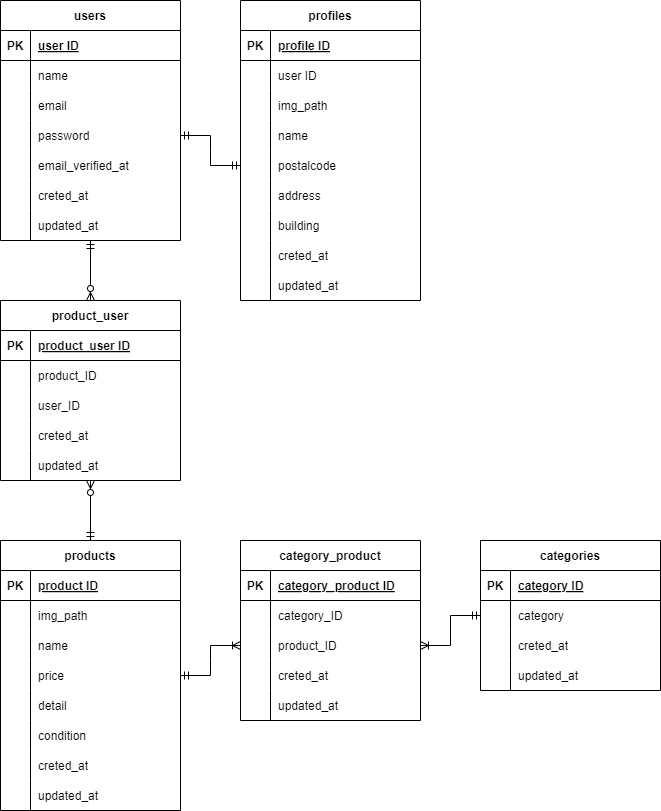
gh-sugiura/mock_project2 keeps this draw.io diagram as src/er_diagram.drawio.png. Above is the earlier version. Source tidied: cells renumbered, new cells last; positions are measured from the earlier drawing's top-left corner, leaving out a move shared by most shapes.
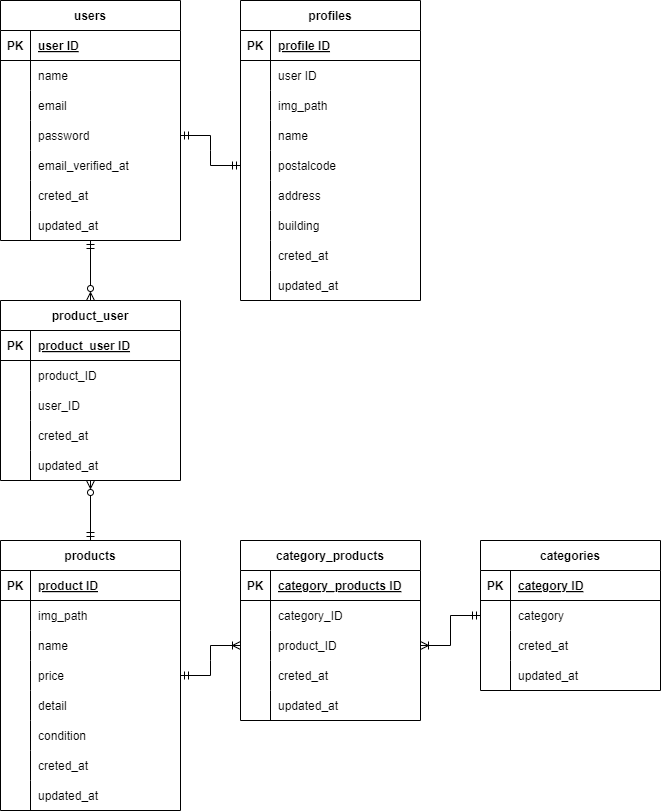
The same file after the commit.

Diff of the diagram source:
```diff
@@ -1,4 +1,4 @@
-<mxGraphModel>
+<mxGraphModel background="#ffffff">
   <root>
     <mxCell id="0" />
     <mxCell id="1" parent="0" />
@@ -230,7 +230,7 @@
     <mxCell id="77" value="updated_at" style="shape=partialRectangle;fillColor=none;top=0;left=0;bottom=0;right=0;align=left;spacingLeft=6;overflow=hidden;" parent="75" vertex="1">
       <mxGeometry x="30" width="150" height="30" as="geometry" />
     </mxCell>
-    <mxCell id="78" value="category_product" style="shape=table;startSize=30;rowLines=0;fontStyle=1;align=center;" parent="1" vertex="1">
+    <mxCell id="78" value="category_products" style="shape=table;startSize=30;rowLines=0;fontStyle=1;align=center;" parent="1" vertex="1">
       <mxGeometry x="240" y="540" width="180" height="180" as="geometry" />
     </mxCell>
     <mxCell id="79" style="shape=tableRow;horizontal=0;startSize=0;swimlaneHead=0;swimlaneBody=0;fillColor=none;top=0;left=0;right=0;bottom=1;" parent="78" vertex="1">
@@ -239,7 +239,7 @@
     <mxCell id="80" value="PK" style="shape=partialRectangle;fillColor=none;top=0;left=0;bottom=0;right=0;fontStyle=1;overflow=hidden;" parent="79" vertex="1">
       <mxGeometry width="30" height="30" as="geometry" />
     </mxCell>
-    <mxCell id="81" value="category_product ID" style="shape=partialRectangle;fillColor=none;top=0;left=0;bottom=0;right=0;align=left;spacingLeft=6;fontStyle=5;overflow=hidden;" parent="79" vertex="1">
+    <mxCell id="81" value="category_products ID" style="shape=partialRectangle;fillColor=none;top=0;left=0;bottom=0;right=0;align=left;spacingLeft=6;fontStyle=5;overflow=hidden;" parent="79" vertex="1">
       <mxGeometry x="30" width="150" height="30" as="geometry" />
     </mxCell>
     <mxCell id="82" style="shape=tableRow;horizontal=0;startSize=0;swimlaneHead=0;swimlaneBody=0;fillColor=none;top=0;left=0;right=0;bottom=0;" parent="78" vertex="1">
```
